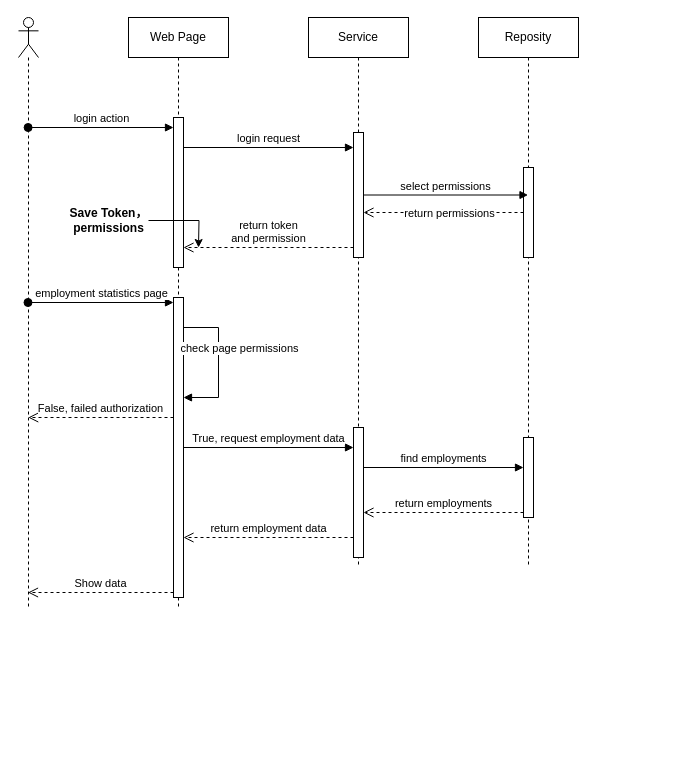
msqtt/Sources keeps this draw.io diagram as map/SWMS-RBAC.drawio. Above is the earlier version. Source tidied: cells renumbered, new cells numbered last; positions are measured from the earlier drawing's top-left corner, leaving out a move shared by most shapes. Both pictures are drawn from the tidied source at 100%, with x=0, y=0 at pixel (18, 17).
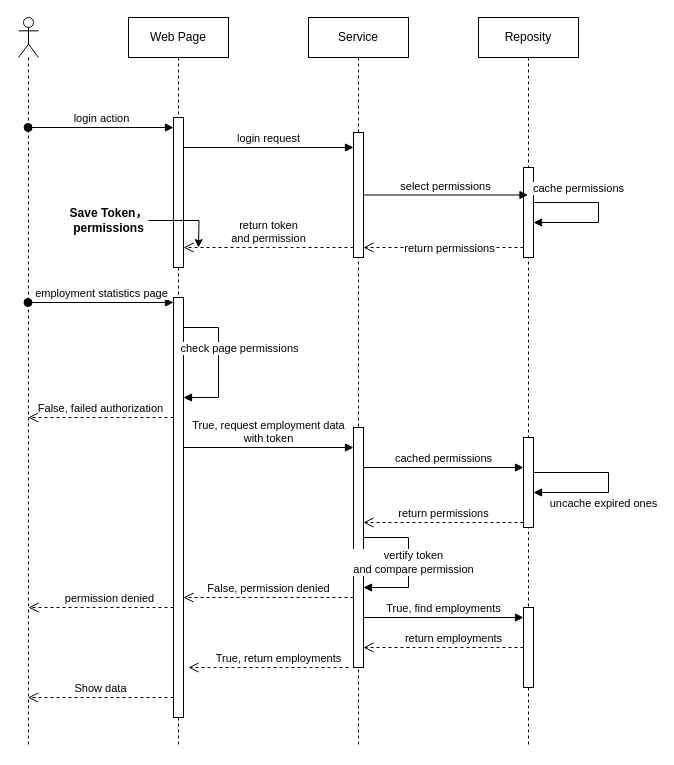
The same diagram, later.

The change refers to these unchanged cells:
```xml
<mxCell id="9" style="html=1;points=[[0,0,0,0,5],[0,1,0,0,-5],[1,0,0,0,5],[1,1,0,0,-5]];perimeter=orthogonalPerimeter;outlineConnect=0;targetShapes=umlLifeline;portConstraint=eastwest;newEdgeStyle={&quot;curved&quot;:0,&quot;rounded&quot;:0};" parent="8" vertex="1">
  <mxGeometry x="45" y="115" width="10" height="125" as="geometry" />
</mxCell>
<mxCell id="15" style="html=1;points=[[0,0,0,0,5],[0,1,0,0,-5],[1,0,0,0,5],[1,1,0,0,-5]];perimeter=orthogonalPerimeter;outlineConnect=0;targetShapes=umlLifeline;portConstraint=eastwest;newEdgeStyle={&quot;curved&quot;:0,&quot;rounded&quot;:0};" parent="14" vertex="1">
  <mxGeometry x="45" y="150" width="10" height="90" as="geometry" />
</mxCell>
```

The edit, as a diff of the source:
```diff
@@
     <mxCell id="2" value="Web Page" style="shape=umlLifeline;perimeter=lifelinePerimeter;whiteSpace=wrap;html=1;newEdgeStyle={&quot;curved&quot;:0,&quot;rounded&quot;:0};" parent="1" vertex="1">
-      <mxGeometry x="110" width="100" height="590" as="geometry" />
+      <mxGeometry x="110" width="100" height="730" as="geometry" />
     </mxCell>
@@
     <mxCell id="4" style="html=1;points=[[0,0,0,0,5],[0,1,0,0,-5],[1,0,0,0,5],[1,1,0,0,-5]];perimeter=orthogonalPerimeter;outlineConnect=0;targetShapes=umlLifeline;portConstraint=eastwest;newEdgeStyle={&quot;curved&quot;:0,&quot;rounded&quot;:0};" parent="2" vertex="1">
-      <mxGeometry x="45" y="280" width="10" height="300" as="geometry" />
+      <mxGeometry x="45" y="280" width="10" height="420" as="geometry" />
     </mxCell>
@@
     <mxCell id="7" style="shape=umlLifeline;perimeter=lifelinePerimeter;whiteSpace=wrap;html=1;outlineConnect=0;portConstraint=eastwest;newEdgeStyle={&quot;curved&quot;:0,&quot;rounded&quot;:0};participant=umlActor;" parent="1" vertex="1">
-      <mxGeometry width="20" height="590" as="geometry" />
+      <mxGeometry width="20" height="730" as="geometry" />
     </mxCell>
     <mxCell id="8" value="Service" style="shape=umlLifeline;perimeter=lifelinePerimeter;whiteSpace=wrap;html=1;newEdgeStyle={&quot;curved&quot;:0,&quot;rounded&quot;:0};" parent="1" vertex="1">
-      <mxGeometry x="290" width="100" height="550" as="geometry" />
+      <mxGeometry x="290" width="100" height="730" as="geometry" />
     </mxCell>
@@
     <mxCell id="10" style="html=1;points=[[0,0,0,0,5],[0,1,0,0,-5],[1,0,0,0,5],[1,1,0,0,-5]];perimeter=orthogonalPerimeter;outlineConnect=0;targetShapes=umlLifeline;portConstraint=eastwest;newEdgeStyle={&quot;curved&quot;:0,&quot;rounded&quot;:0};" parent="8" vertex="1">
-      <mxGeometry x="45" y="410" width="10" height="130" as="geometry" />
+      <mxGeometry x="45" y="410" width="10" height="240" as="geometry" />
     </mxCell>
+    <mxCell id="29" style="html=1;verticalAlign=bottom;endArrow=block;curved=0;rounded=0;" parent="8" edge="1" source="10" target="10">
+      <mxGeometry relative="1" as="geometry">
+        <Array as="points">
+          <mxPoint x="100" y="520" />
+          <mxPoint x="100" y="570" />
+        </Array>
+      </mxGeometry>
+    </mxCell>
+    <mxCell id="30" value="vertify token&lt;br&gt; and compare permission" style="edgeLabel;html=1;align=center;verticalAlign=middle;" parent="29" vertex="1">
+      <mxGeometry x="-0.02" y="4" relative="1" as="geometry" />
+    </mxCell>
@@
     <mxCell id="14" value="Reposity" style="shape=umlLifeline;perimeter=lifelinePerimeter;whiteSpace=wrap;html=1;outlineConnect=0;portConstraint=eastwest;newEdgeStyle={&quot;curved&quot;:0,&quot;rounded&quot;:0};" parent="1" vertex="1">
-      <mxGeometry x="460" width="100" height="550" as="geometry" />
+      <mxGeometry x="460" width="100" height="730" as="geometry" />
     </mxCell>
@@
     <mxCell id="16" style="html=1;points=[[0,0,0,0,5],[0,1,0,0,-5],[1,0,0,0,5],[1,1,0,0,-5]];perimeter=orthogonalPerimeter;outlineConnect=0;targetShapes=umlLifeline;portConstraint=eastwest;newEdgeStyle={&quot;curved&quot;:0,&quot;rounded&quot;:0};" parent="14" vertex="1">
-      <mxGeometry x="45" y="420" width="10" height="80" as="geometry" />
+      <mxGeometry x="45" y="420" width="10" height="90" as="geometry" />
     </mxCell>
+    <mxCell id="31" value="cache permissions" style="html=1;verticalAlign=bottom;endArrow=block;curved=0;rounded=0;" parent="14" edge="1" source="15" target="15">
+      <mxGeometry x="-0.4" y="5" relative="1" as="geometry">
+        <Array as="points">
+          <mxPoint x="120" y="200" />
+        </Array>
+      </mxGeometry>
+    </mxCell>
+    <mxCell id="32" style="html=1;points=[[0,0,0,0,5],[0,1,0,0,-5],[1,0,0,0,5],[1,1,0,0,-5]];perimeter=orthogonalPerimeter;outlineConnect=0;targetShapes=umlLifeline;portConstraint=eastwest;newEdgeStyle={&quot;curved&quot;:0,&quot;rounded&quot;:0};" parent="14" vertex="1">
+      <mxGeometry x="45" y="590" width="10" height="80" as="geometry" />
+    </mxCell>
+    <mxCell id="33" value="uncache expired ones" style="html=1;verticalAlign=bottom;endArrow=block;curved=0;rounded=0;" parent="14" edge="1" source="16" target="16">
+      <mxGeometry x="0.18" y="20" relative="1" as="geometry">
+        <Array as="points">
+          <mxPoint x="130" y="465" />
+        </Array>
+      </mxGeometry>
+    </mxCell>
@@
-    <mxCell id="18" style="html=1;verticalAlign=bottom;endArrow=open;dashed=1;endSize=8;curved=0;rounded=0;" parent="1" edge="1" source="15" target="9">
-      <mxGeometry relative="1" as="geometry" />
+    <mxCell id="18" style="html=1;verticalAlign=bottom;endArrow=open;dashed=1;endSize=8;curved=0;rounded=0;" parent="1" edge="1" source="15">
+      <mxGeometry relative="1" as="geometry">
+        <mxPoint x="345" y="230" as="targetPoint" />
+      </mxGeometry>
     </mxCell>
@@
-    <mxCell id="24" value="True, request employment data" style="html=1;verticalAlign=bottom;endArrow=block;curved=0;rounded=0;" parent="1" edge="1" target="10">
+    <mxCell id="24" value="True, request employment data&lt;br&gt;with token" style="html=1;verticalAlign=bottom;endArrow=block;curved=0;rounded=0;" parent="1" edge="1" target="10">
       <mxGeometry relative="1" as="geometry">
         <mxPoint x="165" y="430" as="sourcePoint" />
       </mxGeometry>
     </mxCell>
-    <mxCell id="25" value="find employments" style="html=1;verticalAlign=bottom;endArrow=block;curved=0;rounded=0;" parent="1" edge="1" target="16">
+    <mxCell id="25" value="cached permissions" style="html=1;verticalAlign=bottom;endArrow=block;curved=0;rounded=0;" parent="1" edge="1" target="16">
       <mxGeometry relative="1" as="geometry">
         <mxPoint x="345" y="450" as="sourcePoint" />
       </mxGeometry>
     </mxCell>
-    <mxCell id="26" value="return employments" style="html=1;verticalAlign=bottom;endArrow=open;dashed=1;endSize=8;curved=0;rounded=0;exitX=0;exitY=1;exitDx=0;exitDy=-5;" parent="1" edge="1" source="16" target="10">
+    <mxCell id="26" value="return permissions" style="html=1;verticalAlign=bottom;endArrow=open;dashed=1;endSize=8;curved=0;rounded=0;exitX=0;exitY=1;exitDx=0;exitDy=-5;" parent="1" edge="1" source="16" target="10">
       <mxGeometry relative="1" as="geometry" />
     </mxCell>
-    <mxCell id="27" value="return employment data" style="html=1;verticalAlign=bottom;endArrow=open;dashed=1;endSize=8;curved=0;rounded=0;" parent="1" edge="1" source="10">
-      <mxGeometry relative="1" as="geometry">
-        <mxPoint x="165" y="520" as="targetPoint" />
-      </mxGeometry>
-    </mxCell>
-    <mxCell id="28" value="Show data" style="html=1;verticalAlign=bottom;endArrow=open;dashed=1;endSize=8;curved=0;rounded=0;exitX=0;exitY=1;exitDx=0;exitDy=-5;exitPerimeter=0;" parent="1" edge="1" source="4" target="7">
-      <mxGeometry relative="1" as="geometry" />
+    <mxCell id="28" value="Show data" style="html=1;verticalAlign=bottom;endArrow=open;dashed=1;endSize=8;curved=0;rounded=0;exitX=0;exitY=1;exitDx=0;exitDy=-5;exitPerimeter=0;" parent="1" edge="1">
+      <mxGeometry relative="1" as="geometry">
+        <mxPoint x="155" y="680" as="sourcePoint" />
+        <mxPoint x="9.5" y="680" as="targetPoint" />
+      </mxGeometry>
     </mxCell>
+    <mxCell id="34" value="False, permission denied" style="html=1;verticalAlign=bottom;endArrow=open;dashed=1;endSize=8;curved=0;rounded=0;" parent="1" edge="1">
+      <mxGeometry relative="1" as="geometry">
+        <mxPoint x="335" y="580" as="sourcePoint" />
+        <mxPoint x="165" y="580" as="targetPoint" />
+      </mxGeometry>
+    </mxCell>
+    <mxCell id="35" value="True, find employments" style="html=1;verticalAlign=bottom;endArrow=block;curved=0;rounded=0;" parent="1" edge="1">
+      <mxGeometry relative="1" as="geometry">
+        <mxPoint x="345" y="600" as="sourcePoint" />
+        <mxPoint x="505" y="600" as="targetPoint" />
+      </mxGeometry>
+    </mxCell>
+    <mxCell id="36" value="return employments" style="html=1;verticalAlign=bottom;endArrow=open;dashed=1;endSize=8;curved=0;rounded=0;" parent="1" edge="1" source="32" target="10">
+      <mxGeometry x="-0.12" relative="1" as="geometry" />
+    </mxCell>
+    <mxCell id="37" value="permission denied" style="html=1;verticalAlign=bottom;endArrow=open;dashed=1;endSize=8;curved=0;rounded=0;" parent="1" edge="1" source="4">
+      <mxGeometry x="-0.12" relative="1" as="geometry">
+        <mxPoint x="10" y="590" as="targetPoint" />
+      </mxGeometry>
+    </mxCell>
+    <mxCell id="38" value="True, return employments" style="html=1;verticalAlign=bottom;endArrow=open;dashed=1;endSize=8;curved=0;rounded=0;" parent="1" edge="1">
+      <mxGeometry x="-0.12" relative="1" as="geometry">
+        <mxPoint x="330" y="650" as="sourcePoint" />
+        <mxPoint x="170" y="650" as="targetPoint" />
+      </mxGeometry>
+    </mxCell>
```
